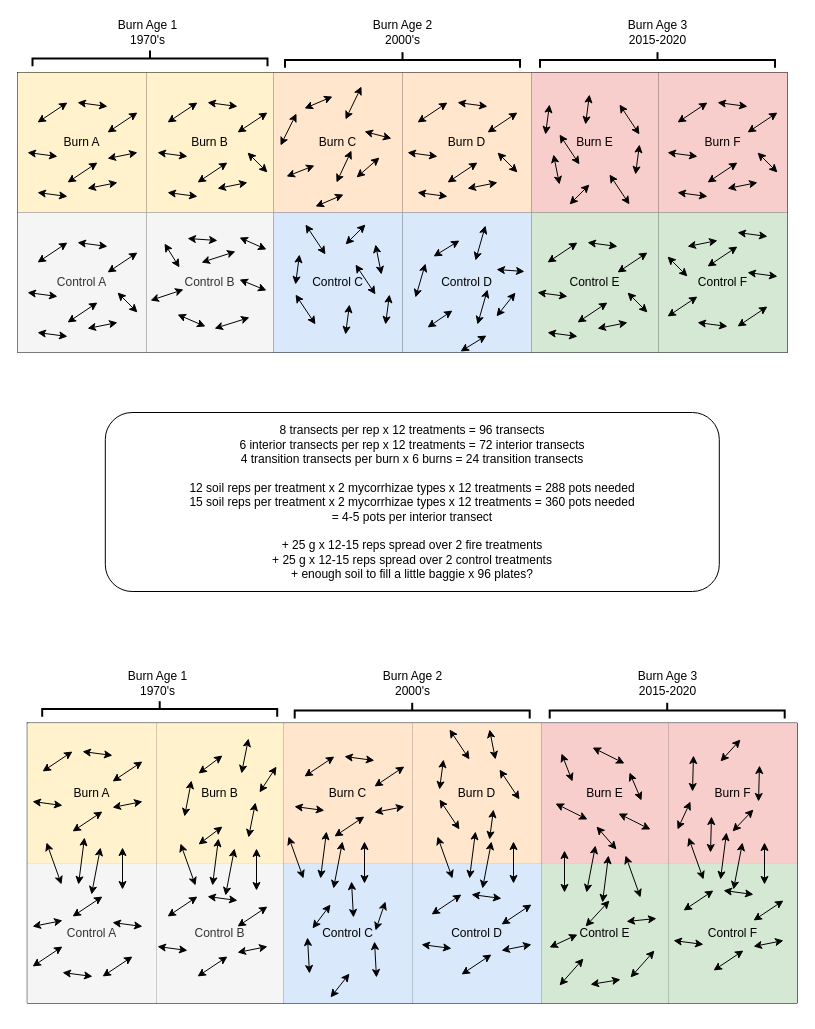
Earlier version of the draw.io diagram page "Page-6" (6 of 6) of Transect Diagram.drawio (gtrimber/PJ_Project). Source tidied: cells renumbered, new cells numbered last; positions are measured from the earlier drawing's top-left corner, leaving out a move shared by most shapes. Both pictures are drawn from the tidied source at 100%, with x=0, y=0 at pixel (17, -60).
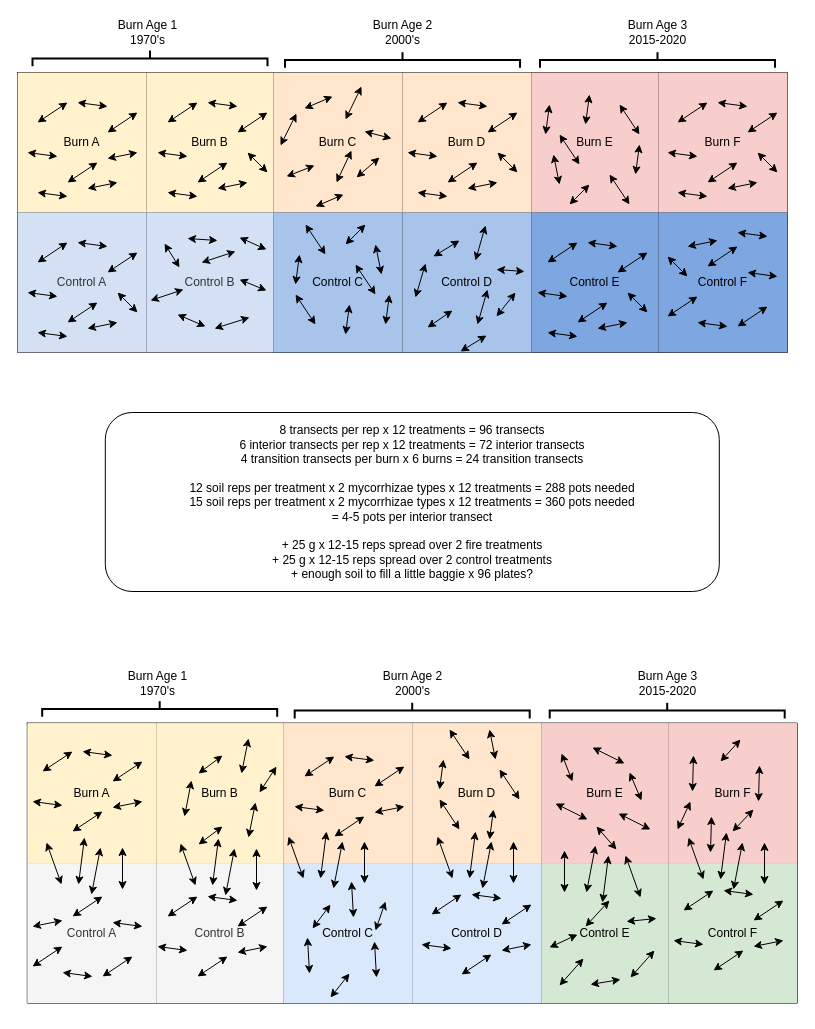
The same page after the edit.

The change refers to these unchanged cells:
```xml
<mxCell id="10" style="shape=partialRectangle;html=1;whiteSpace=wrap;fillColor=none;top=0;left=0;bottom=0;right=0;" parent="2" vertex="1">
  <mxGeometry y="140" width="770" height="140" as="geometry" />
</mxCell>
```

Change to the diagram source:
```diff
@@
-    <mxCell id="11" value="Control A" style="shape=partialRectangle;html=1;whiteSpace=wrap;overflow=hidden;fillColor=#f5f5f5;top=0;left=0;bottom=0;right=0;strokeColor=#666666;fontColor=#333333;" parent="10" vertex="1">
+    <mxCell id="11" value="Control A" style="shape=partialRectangle;html=1;whiteSpace=wrap;overflow=hidden;top=0;left=0;bottom=0;right=0;strokeColor=#666666;fontColor=#333333;fillColor=#D4E1F5;" parent="10" vertex="1">
       <mxGeometry width="129" height="140" as="geometry" />
     </mxCell>
-    <mxCell id="12" value="Control B" style="shape=partialRectangle;html=1;whiteSpace=wrap;overflow=hidden;fillColor=#f5f5f5;top=0;left=0;bottom=0;right=0;strokeColor=#666666;fontColor=#333333;" parent="10" vertex="1">
+    <mxCell id="12" value="Control B" style="shape=partialRectangle;html=1;whiteSpace=wrap;overflow=hidden;top=0;left=0;bottom=0;right=0;strokeColor=#666666;fontColor=#333333;fillColor=#D4E1F5;" parent="10" vertex="1">
       <mxGeometry x="129" width="127" height="140" as="geometry" />
     </mxCell>
-    <mxCell id="13" value="Control C" style="shape=partialRectangle;html=1;whiteSpace=wrap;overflow=hidden;fillColor=#dae8fc;top=0;left=0;bottom=0;right=0;strokeColor=#6c8ebf;" parent="10" vertex="1">
+    <mxCell id="13" value="Control C" style="shape=partialRectangle;html=1;whiteSpace=wrap;overflow=hidden;top=0;left=0;bottom=0;right=0;strokeColor=#6c8ebf;fillColor=#A9C4EB;" parent="10" vertex="1">
       <mxGeometry x="256" width="129" height="140" as="geometry" />
     </mxCell>
-    <mxCell id="14" value="Control D" style="shape=partialRectangle;html=1;whiteSpace=wrap;overflow=hidden;fillColor=#dae8fc;top=0;left=0;bottom=0;right=0;strokeColor=#6c8ebf;" parent="10" vertex="1">
+    <mxCell id="14" value="Control D" style="shape=partialRectangle;html=1;whiteSpace=wrap;overflow=hidden;top=0;left=0;bottom=0;right=0;strokeColor=#6c8ebf;fillColor=#A9C4EB;" parent="10" vertex="1">
       <mxGeometry x="385" width="129" height="140" as="geometry" />
     </mxCell>
-    <mxCell id="15" value="Control E" style="shape=partialRectangle;html=1;whiteSpace=wrap;overflow=hidden;fillColor=#d5e8d4;top=0;left=0;bottom=0;right=0;strokeColor=#82b366;" parent="10" vertex="1">
+    <mxCell id="15" value="Control E" style="shape=partialRectangle;html=1;whiteSpace=wrap;overflow=hidden;top=0;left=0;bottom=0;right=0;strokeColor=#82b366;fillColor=#7EA6E0;" parent="10" vertex="1">
       <mxGeometry x="514" width="127" height="140" as="geometry" />
     </mxCell>
-    <mxCell id="16" value="Control F" style="shape=partialRectangle;html=1;whiteSpace=wrap;overflow=hidden;fillColor=#d5e8d4;top=0;left=0;bottom=0;right=0;strokeColor=#82b366;" parent="10" vertex="1">
+    <mxCell id="16" value="Control F" style="shape=partialRectangle;html=1;whiteSpace=wrap;overflow=hidden;top=0;left=0;bottom=0;right=0;strokeColor=#82b366;fillColor=#7EA6E0;" parent="10" vertex="1">
       <mxGeometry x="641" width="129" height="140" as="geometry" />
     </mxCell>
```
